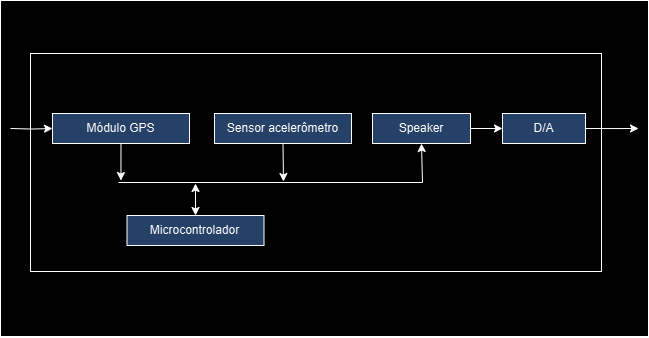
JeanMagnus/bicicletario-universitario keeps this draw.io diagram as images/blocos-bike.png. Above is the earlier version. Source tidied: cells renumbered, new cells last; positions are measured from the earlier drawing's top-left corner, leaving out a move shared by most shapes.
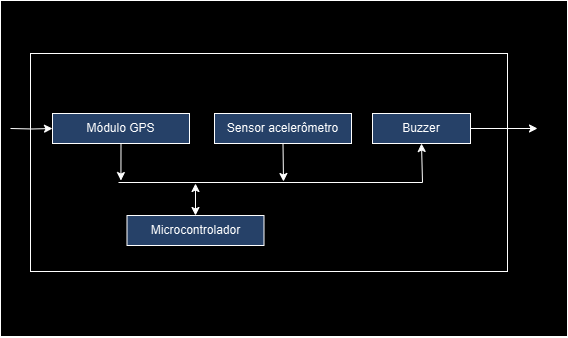
Later version of the same file.

Commit message:
update blocos-bike

What changed in the source:
```diff
@@ -3,10 +3,10 @@
     <mxCell id="0" />
     <mxCell id="1" parent="0" />
     <mxCell id="2" style="rounded=0;whiteSpace=wrap;html=1;shadow=0;" parent="1" vertex="1">
-      <mxGeometry width="648" height="336" as="geometry" />
+      <mxGeometry width="567" height="336" as="geometry" />
     </mxCell>
     <mxCell id="3" style="rounded=0;whiteSpace=wrap;html=1;" parent="1" vertex="1">
-      <mxGeometry x="30" y="53" width="571" height="218" as="geometry" />
+      <mxGeometry x="30" y="53" width="477" height="218" as="geometry" />
     </mxCell>
     <mxCell id="4" style="edgeStyle=orthogonalEdgeStyle;rounded=0;jettySize=auto;html=1;exitX=1;exitY=0.5;exitDx=0;exitDy=0;entryX=0;entryY=0.5;entryDx=0;entryDy=0;" parent="1" edge="1" target="6">
       <mxGeometry relative="1" as="geometry">
@@ -29,10 +29,12 @@
     <mxCell id="8" value="Sensor acelerômetro" style="rounded=0;whiteSpace=wrap;html=1;fillColor=#A9C4EB;" parent="1" vertex="1">
       <mxGeometry x="214" y="113" width="137" height="30" as="geometry" />
     </mxCell>
-    <mxCell id="9" style="edgeStyle=orthogonalEdgeStyle;rounded=0;jettySize=auto;html=1;exitX=1;exitY=0.5;exitDx=0;exitDy=0;entryX=0;entryY=0.5;entryDx=0;entryDy=0;" parent="1" edge="1" source="10" target="14">
-      <mxGeometry relative="1" as="geometry" />
+    <mxCell id="9" style="edgeStyle=orthogonalEdgeStyle;rounded=0;jettySize=auto;html=1;exitX=1;exitY=0.5;exitDx=0;exitDy=0;" parent="1" edge="1" source="10">
+      <mxGeometry relative="1" as="geometry">
+        <mxPoint x="537" y="128" as="targetPoint" />
+      </mxGeometry>
     </mxCell>
-    <mxCell id="10" value="Speaker" style="rounded=0;whiteSpace=wrap;html=1;fillColor=#A9C4EB;" parent="1" vertex="1">
+    <mxCell id="10" value="Buzzer" style="rounded=0;whiteSpace=wrap;html=1;fillColor=#A9C4EB;" parent="1" vertex="1">
       <mxGeometry x="372" y="113" width="98" height="30" as="geometry" />
     </mxCell>
     <mxCell id="11" value="Microcontrolador" style="rounded=0;whiteSpace=wrap;html=1;fillColor=#A9C4EB;" parent="1" vertex="1">
@@ -46,14 +48,6 @@
         </Array>
       </mxGeometry>
     </mxCell>
-    <mxCell id="13" style="edgeStyle=orthogonalEdgeStyle;rounded=0;jettySize=auto;html=1;exitX=1;exitY=0.5;exitDx=0;exitDy=0;" parent="1" edge="1" source="14">
-      <mxGeometry relative="1" as="geometry">
-        <mxPoint x="638" y="128" as="targetPoint" />
-      </mxGeometry>
-    </mxCell>
-    <mxCell id="14" value="D/A" style="rounded=0;whiteSpace=wrap;html=1;fillColor=#A9C4EB;" parent="1" vertex="1">
-      <mxGeometry x="502" y="113" width="83" height="30" as="geometry" />
-    </mxCell>
     <mxCell id="15" style="endArrow=classic;startArrow=classic;html=1;rounded=0;exitX=0.5;exitY=0;exitDx=0;exitDy=0;" parent="1" edge="1" source="11">
       <mxGeometry relative="1" as="geometry">
         <mxPoint x="195" y="183" as="targetPoint" />
```
